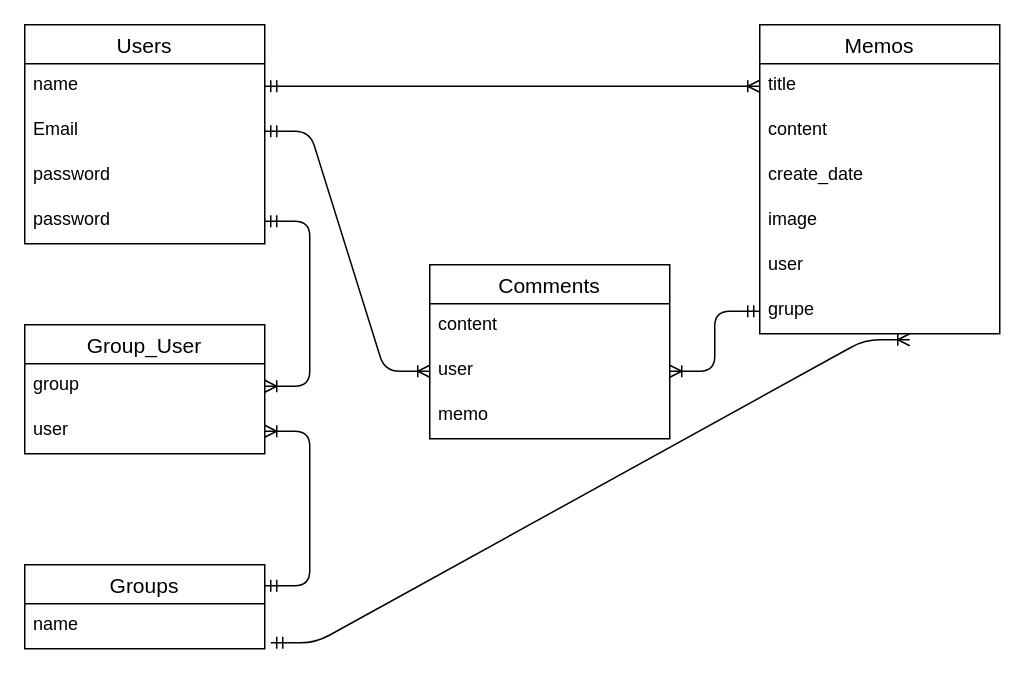
The draw.io diagram config/memo.dio in waka-syu/memo-app-17110, before the edit. Source tidied: cells renumbered, new cells numbered last; positions are measured from the earlier drawing's top-left corner, leaving out a move shared by most shapes. Both pictures are drawn from the tidied source at 150%, with x=0, y=0 at pixel (24, 24).
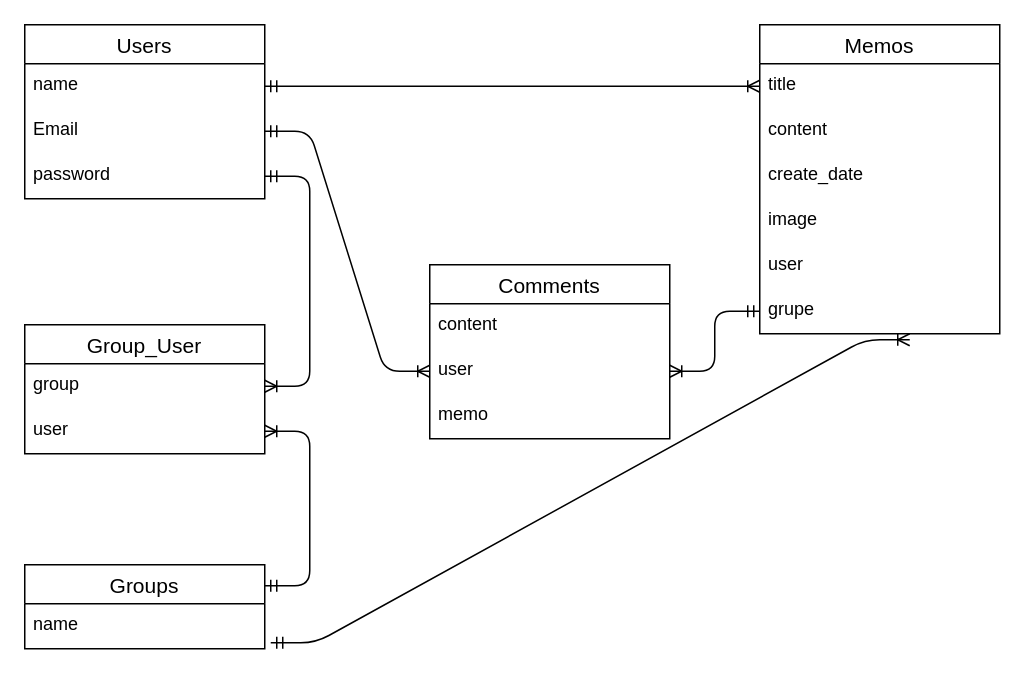
After the change.

The change refers to these unchanged cells:
```xml
<mxCell id="5" value="password" style="text;strokeColor=none;fillColor=none;spacingLeft=4;spacingRight=4;overflow=hidden;points=[[0,0.5],[1,0.5]];portConstraint=eastwest;fontSize=12;" parent="2" vertex="1">
  <mxGeometry y="86" width="160" height="30" as="geometry" />
</mxCell>
<mxCell id="21" value="group" style="text;strokeColor=none;fillColor=none;spacingLeft=4;spacingRight=4;overflow=hidden;points=[[0,0.5],[1,0.5]];portConstraint=eastwest;fontSize=12;" parent="20" vertex="1">
  <mxGeometry y="26" width="160" height="30" as="geometry" />
</mxCell>
```

Diff of the diagram source:
```diff
@@
     <mxCell id="2" value="Users" style="swimlane;fontStyle=0;horizontal=1;startSize=26;align=center;fontSize=14;" parent="1" vertex="1">
-      <mxGeometry width="160" height="146" as="geometry" />
+      <mxGeometry width="160" height="116" as="geometry" />
     </mxCell>
@@
-    <mxCell id="6" value="password" style="text;strokeColor=none;fillColor=none;spacingLeft=4;spacingRight=4;overflow=hidden;points=[[0,0.5],[1,0.5]];portConstraint=eastwest;fontSize=12;" parent="2" vertex="1">
-      <mxGeometry y="116" width="160" height="30" as="geometry" />
-    </mxCell>
@@
-    <mxCell id="27" style="edgeStyle=entityRelationEdgeStyle;fontSize=12;html=1;endArrow=ERoneToMany;startArrow=ERmandOne;exitX=1;exitY=0.5;exitDx=0;exitDy=0;entryX=1;entryY=0.5;entryDx=0;entryDy=0;" parent="1" edge="1" source="6" target="21">
+    <mxCell id="27" style="edgeStyle=entityRelationEdgeStyle;fontSize=12;html=1;endArrow=ERoneToMany;startArrow=ERmandOne;exitX=1;exitY=0.5;exitDx=0;exitDy=0;entryX=1;entryY=0.5;entryDx=0;entryDy=0;" parent="1" edge="1" source="5" target="21">
       <mxGeometry relative="1" as="geometry" />
     </mxCell>
```
